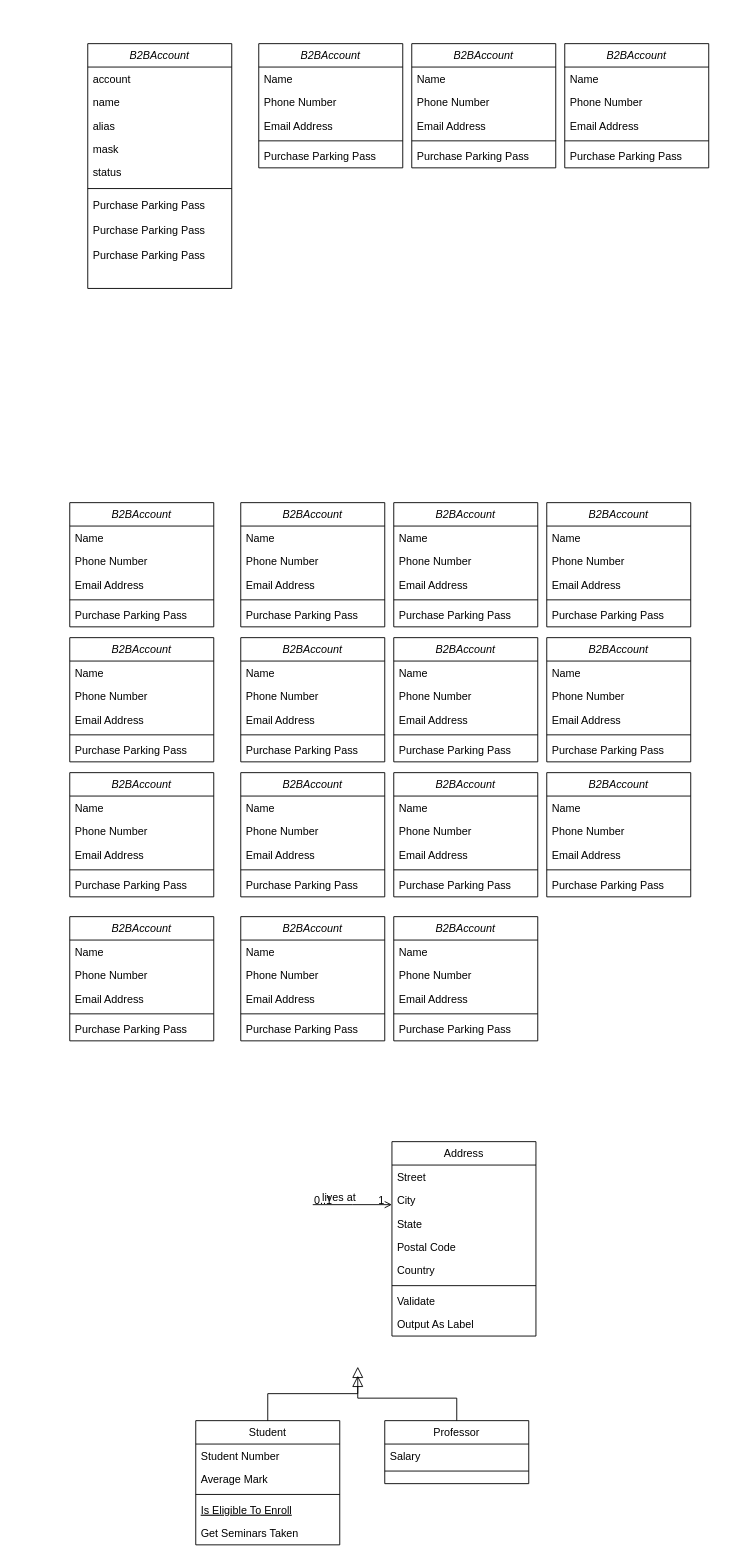
The draw.io diagram src/main/java/com/example/demo/Diagrama sin título.drawio in StevenGpByte/Demo-Application-, before the edit. Source tidied: cells renumbered, new cells numbered last; positions are measured from the earlier drawing's top-left corner, leaving out a move shared by most shapes. Both pictures are drawn from the tidied source at 90%, with x=0, y=0 at pixel (69, 43).
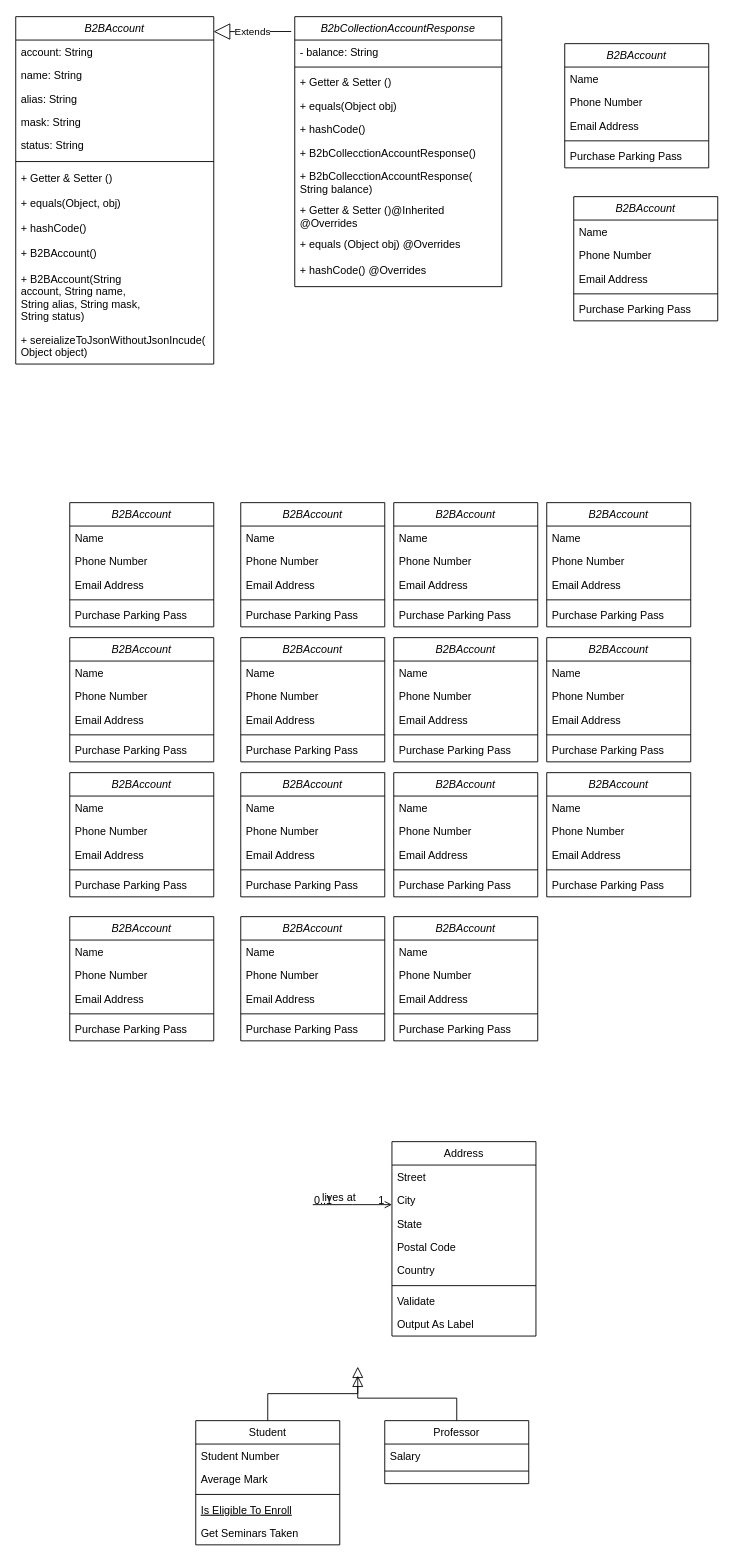
After the change.

What changed in the source:
```diff
@@
     <mxCell id="2" value="B2BAccount" style="swimlane;fontStyle=2;align=center;verticalAlign=top;horizontal=1;startSize=26;rounded=0;shadow=0;strokeWidth=1;" parent="1" vertex="1">
-      <mxGeometry x="20" width="160" height="272" as="geometry" />
+      <mxGeometry x="-60" y="-30" width="220" height="386" as="geometry" />
     </mxCell>
-    <mxCell id="3" value="account" style="text;align=left;verticalAlign=top;spacingLeft=4;spacingRight=4;overflow=hidden;rounded=0;" parent="2" vertex="1">
-      <mxGeometry y="26" width="160" height="26" as="geometry" />
+    <mxCell id="3" value="account: String" style="text;align=left;verticalAlign=top;spacingLeft=4;spacingRight=4;overflow=hidden;rounded=0;" parent="2" vertex="1">
+      <mxGeometry y="26" width="220" height="26" as="geometry" />
     </mxCell>
-    <mxCell id="4" value="name" style="text;align=left;verticalAlign=top;spacingLeft=4;spacingRight=4;overflow=hidden;rounded=0;shadow=0;html=0;" parent="2" vertex="1">
-      <mxGeometry y="52" width="160" height="26" as="geometry" />
+    <mxCell id="4" value="name: String" style="text;align=left;verticalAlign=top;spacingLeft=4;spacingRight=4;overflow=hidden;rounded=0;shadow=0;html=0;" parent="2" vertex="1">
+      <mxGeometry y="52" width="220" height="26" as="geometry" />
     </mxCell>
-    <mxCell id="5" value="alias" style="text;align=left;verticalAlign=top;spacingLeft=4;spacingRight=4;overflow=hidden;rounded=0;shadow=0;html=0;" parent="2" vertex="1">
-      <mxGeometry y="78" width="160" height="26" as="geometry" />
+    <mxCell id="5" value="alias: String" style="text;align=left;verticalAlign=top;spacingLeft=4;spacingRight=4;overflow=hidden;rounded=0;shadow=0;html=0;" parent="2" vertex="1">
+      <mxGeometry y="78" width="220" height="26" as="geometry" />
     </mxCell>
-    <mxCell id="6" value="mask" style="text;align=left;verticalAlign=top;spacingLeft=4;spacingRight=4;overflow=hidden;rounded=0;shadow=0;html=0;" parent="2" vertex="1">
-      <mxGeometry y="104" width="160" height="26" as="geometry" />
+    <mxCell id="6" value="mask: String" style="text;align=left;verticalAlign=top;spacingLeft=4;spacingRight=4;overflow=hidden;rounded=0;shadow=0;html=0;" parent="2" vertex="1">
+      <mxGeometry y="104" width="220" height="26" as="geometry" />
     </mxCell>
-    <mxCell id="7" value="status" style="text;align=left;verticalAlign=top;spacingLeft=4;spacingRight=4;overflow=hidden;rounded=0;shadow=0;html=0;" parent="2" vertex="1">
-      <mxGeometry y="130" width="160" height="26" as="geometry" />
+    <mxCell id="7" value="status: String" style="text;align=left;verticalAlign=top;spacingLeft=4;spacingRight=4;overflow=hidden;rounded=0;shadow=0;html=0;" parent="2" vertex="1">
+      <mxGeometry y="130" width="220" height="26" as="geometry" />
     </mxCell>
     <mxCell id="8" style="line;html=1;strokeWidth=1;align=left;verticalAlign=middle;spacingTop=-1;spacingLeft=3;spacingRight=3;labelPosition=right;rounded=0;" parent="2" vertex="1">
-      <mxGeometry y="156" width="160" height="10" as="geometry" />
+      <mxGeometry y="156" width="220" height="10" as="geometry" />
     </mxCell>
+    <mxCell id="144" value="+ Getter &amp; Setter ()" style="text;align=left;verticalAlign=top;spacingLeft=4;spacingRight=4;overflow=hidden;rounded=0;" parent="2" vertex="1">
+      <mxGeometry y="166" width="220" height="28" as="geometry" />
+    </mxCell>
+    <mxCell id="145" value="+ equals(Object, obj)" style="text;align=left;verticalAlign=top;spacingLeft=4;spacingRight=4;overflow=hidden;rounded=0;" parent="2" vertex="1">
+      <mxGeometry y="194" width="220" height="28" as="geometry" />
+    </mxCell>
-    <mxCell id="9" value="Purchase Parking Pass" style="text;align=left;verticalAlign=top;spacingLeft=4;spacingRight=4;overflow=hidden;rounded=0;" parent="2" vertex="1">
-      <mxGeometry y="166" width="160" height="28" as="geometry" />
+    <mxCell id="9" value="+ hashCode()" style="text;align=left;verticalAlign=top;spacingLeft=4;spacingRight=4;overflow=hidden;rounded=0;" parent="2" vertex="1">
+      <mxGeometry y="222" width="220" height="28" as="geometry" />
     </mxCell>
-    <mxCell id="10" value="Purchase Parking Pass" style="text;align=left;verticalAlign=top;spacingLeft=4;spacingRight=4;overflow=hidden;rounded=0;" parent="2" vertex="1">
-      <mxGeometry y="194" width="160" height="28" as="geometry" />
+    <mxCell id="10" value="+ B2BAccount()" style="text;align=left;verticalAlign=top;spacingLeft=4;spacingRight=4;overflow=hidden;rounded=0;" parent="2" vertex="1">
+      <mxGeometry y="250" width="220" height="28" as="geometry" />
     </mxCell>
-    <mxCell id="11" value="Purchase Parking Pass" style="text;align=left;verticalAlign=top;spacingLeft=4;spacingRight=4;overflow=hidden;rounded=0;" parent="2" vertex="1">
-      <mxGeometry y="222" width="160" height="28" as="geometry" />
-    </mxCell>
+    <mxCell id="146" value="+ B2BAccount(String &#10;account, String name, &#10;String alias, String mask, &#10;String status)" style="text;align=left;verticalAlign=top;spacingLeft=4;spacingRight=4;overflow=hidden;rounded=0;" parent="2" vertex="1">
+      <mxGeometry y="278" width="220" height="68" as="geometry" />
+    </mxCell>
+    <mxCell id="147" value="+ sereializeToJsonWithoutJsonIncude(&#10;Object object)" style="text;align=left;verticalAlign=top;spacingLeft=4;spacingRight=4;overflow=hidden;rounded=0;" parent="2" vertex="1">
+      <mxGeometry y="346" width="220" height="40" as="geometry" />
+    </mxCell>
@@
-    <mxCell id="36" value="B2BAccount" style="swimlane;fontStyle=2;align=center;verticalAlign=top;horizontal=1;startSize=26;rounded=0;shadow=0;strokeWidth=1;" parent="1" vertex="1">
-      <mxGeometry x="210" width="160" height="138" as="geometry" />
+    <mxCell id="36" value="B2bCollectionAccountResponse" style="swimlane;fontStyle=2;align=center;verticalAlign=top;horizontal=1;startSize=26;rounded=0;shadow=0;strokeWidth=1;" parent="1" vertex="1">
+      <mxGeometry x="250" y="-30" width="230" height="300" as="geometry" />
     </mxCell>
-    <mxCell id="37" value="Name" style="text;align=left;verticalAlign=top;spacingLeft=4;spacingRight=4;overflow=hidden;rounded=0;" parent="36" vertex="1">
-      <mxGeometry y="26" width="160" height="26" as="geometry" />
+    <mxCell id="37" value="- balance: String" style="text;align=left;verticalAlign=top;spacingLeft=4;spacingRight=4;overflow=hidden;rounded=0;" parent="36" vertex="1">
+      <mxGeometry y="26" width="230" height="26" as="geometry" />
     </mxCell>
-    <mxCell id="38" value="Phone Number" style="text;align=left;verticalAlign=top;spacingLeft=4;spacingRight=4;overflow=hidden;rounded=0;shadow=0;html=0;" parent="36" vertex="1">
-      <mxGeometry y="52" width="160" height="26" as="geometry" />
-    </mxCell>
-    <mxCell id="39" value="Email Address" style="text;align=left;verticalAlign=top;spacingLeft=4;spacingRight=4;overflow=hidden;rounded=0;shadow=0;html=0;" parent="36" vertex="1">
-      <mxGeometry y="78" width="160" height="26" as="geometry" />
-    </mxCell>
     <mxCell id="40" style="line;html=1;strokeWidth=1;align=left;verticalAlign=middle;spacingTop=-1;spacingLeft=3;spacingRight=3;labelPosition=right;rounded=0;" parent="36" vertex="1">
-      <mxGeometry y="104" width="160" height="8" as="geometry" />
+      <mxGeometry y="52" width="230" height="8" as="geometry" />
     </mxCell>
-    <mxCell id="41" value="Purchase Parking Pass" style="text;align=left;verticalAlign=top;spacingLeft=4;spacingRight=4;overflow=hidden;rounded=0;" parent="36" vertex="1">
-      <mxGeometry y="112" width="160" height="26" as="geometry" />
+    <mxCell id="41" value="+ Getter &amp; Setter ()" style="text;align=left;verticalAlign=top;spacingLeft=4;spacingRight=4;overflow=hidden;rounded=0;" parent="36" vertex="1">
+      <mxGeometry y="60" width="230" height="26" as="geometry" />
     </mxCell>
+    <mxCell id="148" value="+ equals(Object obj)" style="text;align=left;verticalAlign=top;spacingLeft=4;spacingRight=4;overflow=hidden;rounded=0;" parent="36" vertex="1">
+      <mxGeometry y="86" width="230" height="26" as="geometry" />
+    </mxCell>
+    <mxCell id="149" value="+ hashCode()" style="text;align=left;verticalAlign=top;spacingLeft=4;spacingRight=4;overflow=hidden;rounded=0;" parent="36" vertex="1">
+      <mxGeometry y="112" width="230" height="26" as="geometry" />
+    </mxCell>
+    <mxCell id="150" value="+ B2bCollecctionAccountResponse()" style="text;align=left;verticalAlign=top;spacingLeft=4;spacingRight=4;overflow=hidden;rounded=0;" parent="36" vertex="1">
+      <mxGeometry y="138" width="230" height="26" as="geometry" />
+    </mxCell>
+    <mxCell id="151" value="+ B2bCollecctionAccountResponse(&#10;String balance)" style="text;align=left;verticalAlign=top;spacingLeft=4;spacingRight=4;overflow=hidden;rounded=0;" parent="36" vertex="1">
+      <mxGeometry y="164" width="230" height="38" as="geometry" />
+    </mxCell>
+    <mxCell id="152" value="+ Getter &amp; Setter ()@Inherited &#10;@Overrides" style="text;align=left;verticalAlign=top;spacingLeft=4;spacingRight=4;overflow=hidden;rounded=0;" parent="36" vertex="1">
+      <mxGeometry y="202" width="230" height="38" as="geometry" />
+    </mxCell>
+    <mxCell id="153" value="+ equals (Object obj) @Overrides" style="text;align=left;verticalAlign=top;spacingLeft=4;spacingRight=4;overflow=hidden;rounded=0;" parent="36" vertex="1">
+      <mxGeometry y="240" width="230" height="28" as="geometry" />
+    </mxCell>
+    <mxCell id="154" value="+ hashCode() @Overrides" style="text;align=left;verticalAlign=top;spacingLeft=4;spacingRight=4;overflow=hidden;rounded=0;" parent="36" vertex="1">
+      <mxGeometry y="268" width="230" height="32" as="geometry" />
+    </mxCell>
@@
     <mxCell id="54" value="B2BAccount" style="swimlane;fontStyle=2;align=center;verticalAlign=top;horizontal=1;startSize=26;rounded=0;shadow=0;strokeWidth=1;" parent="1" vertex="1">
-      <mxGeometry x="380" width="160" height="138" as="geometry" />
+      <mxGeometry x="560" y="170" width="160" height="138" as="geometry" />
     </mxCell>
@@
+    <mxCell id="155" value="Extends" style="endArrow=block;endSize=16;endFill=0;html=1;rounded=0;exitX=-0.017;exitY=0.055;exitDx=0;exitDy=0;exitPerimeter=0;entryX=0.999;entryY=0.043;entryDx=0;entryDy=0;entryPerimeter=0;" parent="1" edge="1" source="36" target="2">
+      <mxGeometry relative="1" as="geometry" />
+    </mxCell>
```
